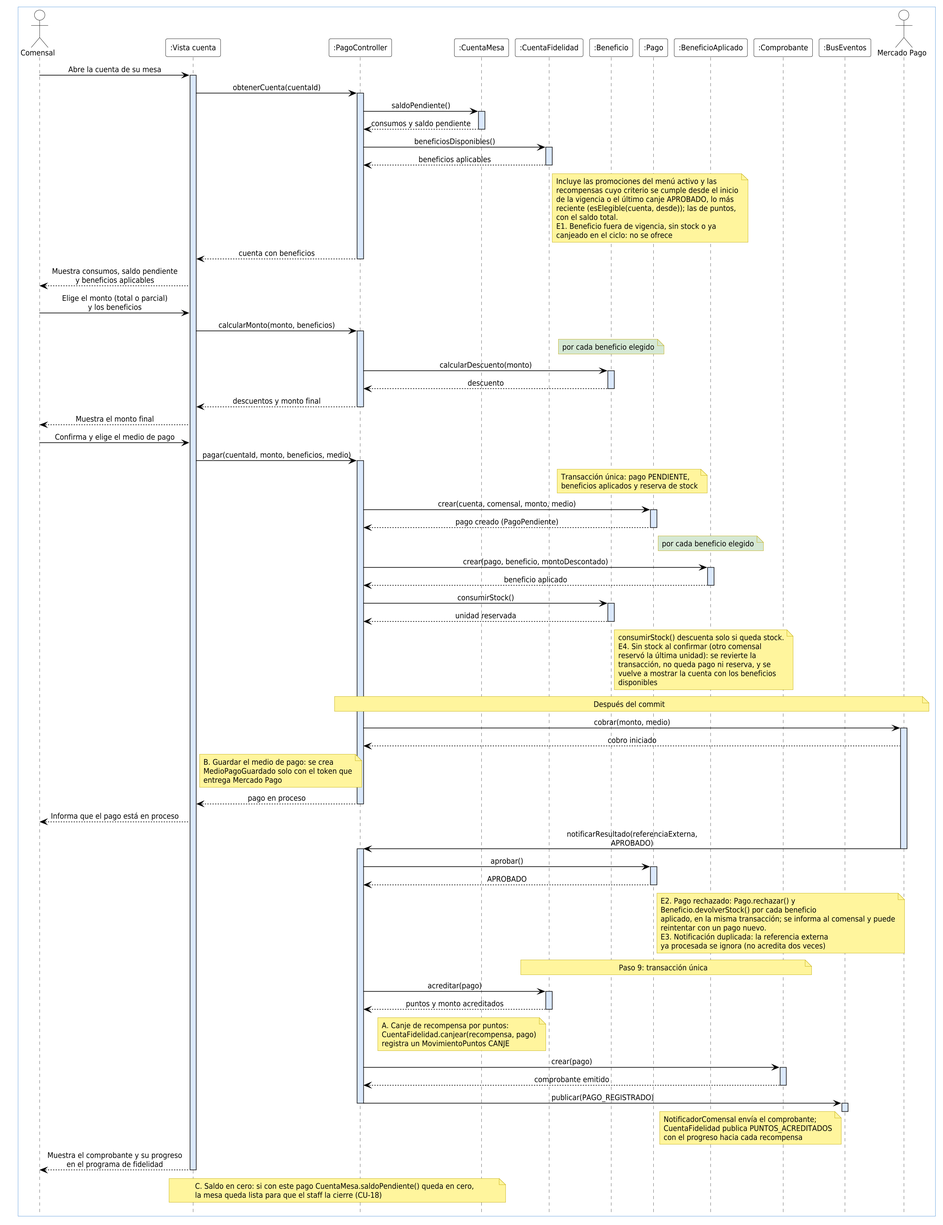
This is docs/modelos/secuencia/CU-06-pagar-cuenta/v1/cu-06-secuencia-v1.png from GabrielLigresti/TFG-PGIM, a PlantUML export, as it was before one commit.
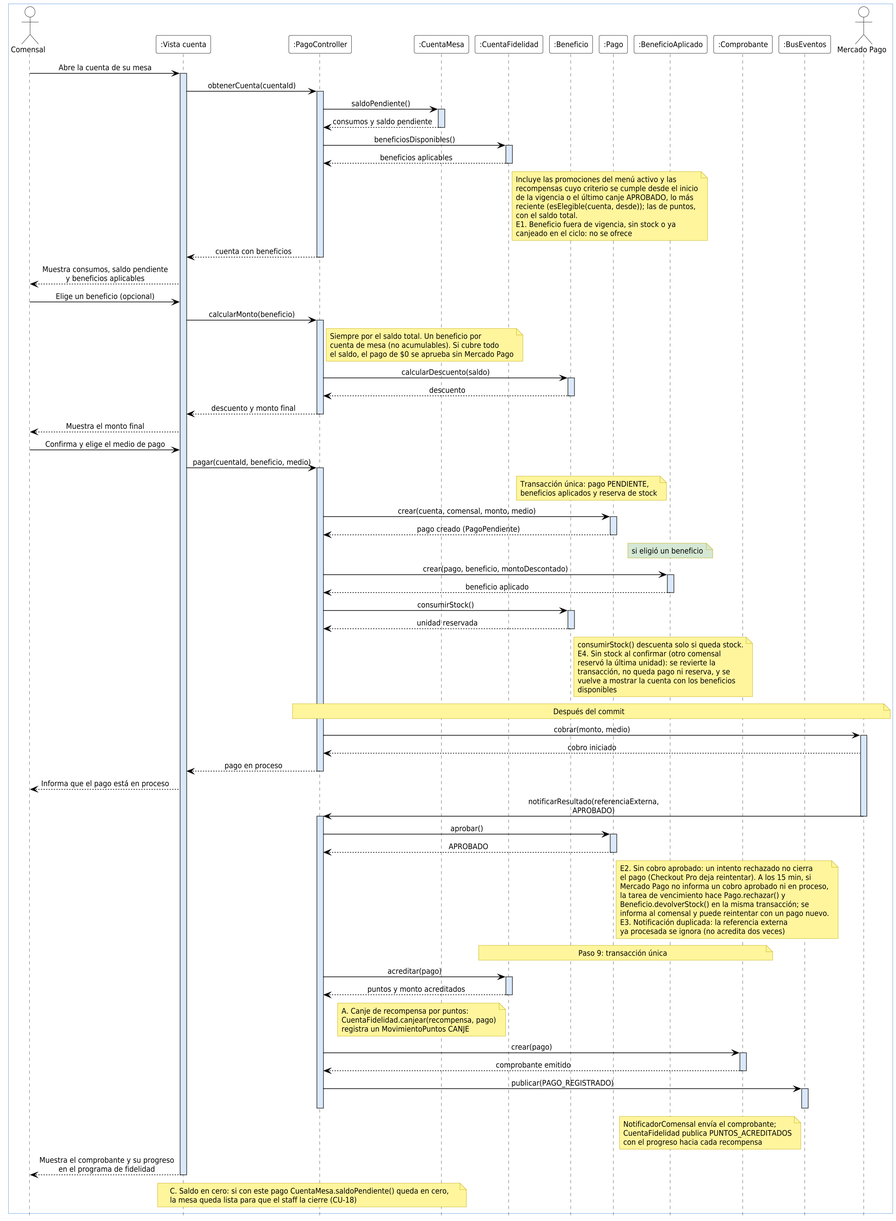
Above is the later version.

Change to the diagram source:
```diff
@@ -57,27 +57,27 @@
 deactivate PGC
 V --> C : Muestra consumos, saldo pendiente\ny beneficios aplicables
 
-C -> V : Elige el monto (total o parcial)\ny los beneficios
-V -> PGC : calcularMonto(monto, beneficios)
+C -> V : Elige un beneficio (opcional)
+V -> PGC : calcularMonto(beneficio)
 activate PGC
-note over B #D5E8D4 : por cada beneficio elegido
-PGC -> B : calcularDescuento(monto)
+note right of PGC : Siempre por el saldo total. Un beneficio por\ncuenta de mesa (no acumulables). Si cubre todo\nel saldo, el pago de $0 se aprueba sin Mercado Pago
+PGC -> B : calcularDescuento(saldo)
 activate B
 B --> PGC : descuento
 deactivate B
-PGC --> V : descuentos y monto final
+PGC --> V : descuento y monto final
 deactivate PGC
 V --> C : Muestra el monto final
 
 C -> V : Confirma y elige el medio de pago
-V -> PGC : pagar(cuentaId, monto, beneficios, medio)
+V -> PGC : pagar(cuentaId, beneficio, medio)
 activate PGC
 note over P, B : Transacción única: pago PENDIENTE,\nbeneficios aplicados y reserva de stock
 PGC -> P : crear(cuenta, comensal, monto, medio)
 activate P
 P --> PGC : pago creado (PagoPendiente)
 deactivate P
-note over BA #D5E8D4 : por cada beneficio elegido
+note over BA #D5E8D4 : si eligió un beneficio
 PGC -> BA : crear(pago, beneficio, montoDescontado)
 activate BA
 BA --> PGC : beneficio aplicado
@@ -91,7 +91,6 @@
 PGC -> MP : cobrar(monto, medio)
 activate MP
 MP --> PGC : cobro iniciado
-note right of V : B. Guardar el medio de pago: se crea\nMedioPagoGuardado solo con el token que\nentrega Mercado Pago
 PGC --> V : pago en proceso
 deactivate PGC
 V --> C : Informa que el pago está en proceso
@@ -103,7 +102,7 @@
 activate P
 P --> PGC : APROBADO
 deactivate P
-note right of P : E2. Pago rechazado: Pago.rechazar() y\nBeneficio.devolverStock() por cada beneficio\naplicado, en la misma transacción; se informa al comensal y puede\nreintentar con un pago nuevo.\nE3. Notificación duplicada: la referencia externa\nya procesada se ignora (no acredita dos veces)
+note right of P : E2. Sin cobro aprobado: un intento rechazado no cierra\nel pago (Checkout Pro deja reintentar). A los 15 min, si\nMercado Pago no informa un cobro aprobado ni en proceso,\nla tarea de vencimiento hace Pago.rechazar() y\nBeneficio.devolverStock() en la misma transacción; se\ninforma al comensal y puede reintentar con un pago nuevo.\nE3. Notificación duplicada: la referencia externa\nya procesada se ignora (no acredita dos veces)
 
 note over CF, CO : Paso 9: transacción única
 PGC -> CF : acreditar(pago)
```
